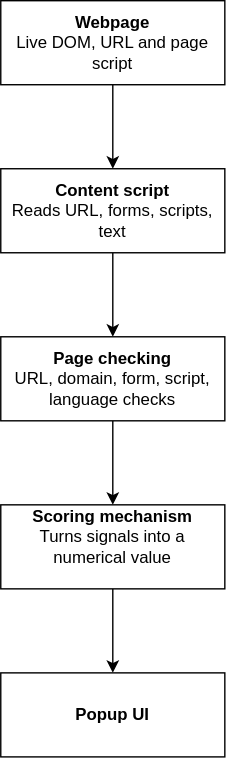
Before: System Diagram.drawio.svg, a diagram exported from draw.io (ryantk27/fallproject). Source tidied: cells renumbered, new cells last; positions are measured from the earlier drawing's top-left corner, leaving out a move shared by most shapes.
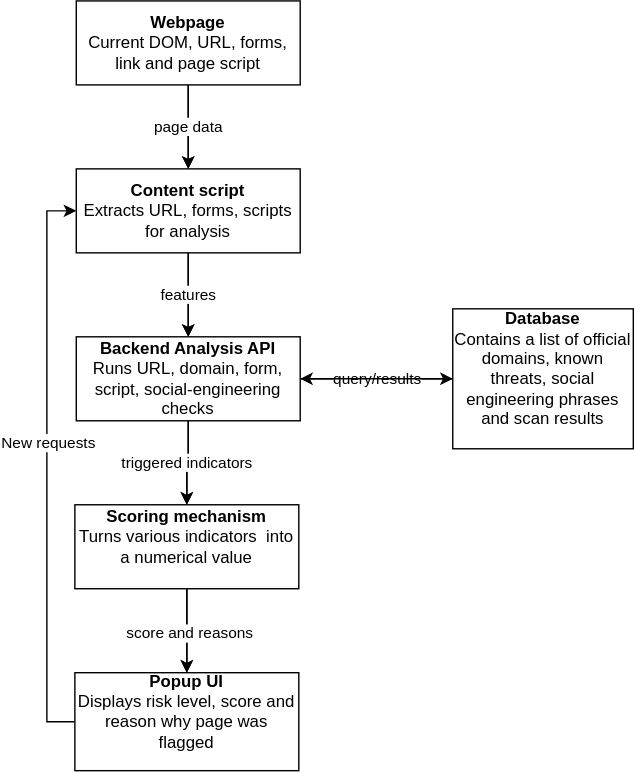
After the commit.

The edit, as a diff of the source:
```diff
@@ -5,29 +5,59 @@
     <mxCell id="2" style="edgeStyle=orthogonalEdgeStyle;rounded=0;jettySize=auto;html=1;strokeColor=light-dark(#000000,#000000);" parent="1" edge="1" source="3" target="5">
       <mxGeometry relative="1" as="geometry" />
     </mxCell>
+    <mxCell id="11" value="page data" style="edgeStyle=orthogonalEdgeStyle;rounded=0;jettySize=auto;html=1;exitX=0.5;exitY=1;exitDx=0;exitDy=0;entryX=0.5;entryY=0;entryDx=0;entryDy=0;" parent="1" edge="1" source="3" target="5">
+      <mxGeometry relative="1" as="geometry" />
+    </mxCell>
-    <mxCell id="3" value="&lt;b&gt;Webpage&lt;/b&gt;&lt;div&gt;Live DOM, URL and page script&lt;/div&gt;" style="rounded=0;whiteSpace=wrap;html=1;" parent="1" vertex="1">
+    <mxCell id="3" value="&lt;b&gt;Webpage&lt;/b&gt;&lt;div&gt;Current DOM, URL, forms, link and page script&lt;/div&gt;" style="rounded=0;whiteSpace=wrap;html=1;" parent="1" vertex="1">
       <mxGeometry width="160" height="60" as="geometry" />
     </mxCell>
     <mxCell id="4" style="edgeStyle=orthogonalEdgeStyle;rounded=0;jettySize=auto;html=1;strokeColor=light-dark(#000000,#000000);" parent="1" edge="1" source="5" target="7">
       <mxGeometry relative="1" as="geometry" />
     </mxCell>
+    <mxCell id="12" value="features" style="edgeStyle=orthogonalEdgeStyle;rounded=0;jettySize=auto;html=1;entryX=0.5;entryY=0;entryDx=0;entryDy=0;" parent="1" edge="1" source="5" target="7">
+      <mxGeometry relative="1" as="geometry" />
+    </mxCell>
-    <mxCell id="5" value="&lt;b&gt;Content script&lt;/b&gt;&lt;div&gt;Reads URL, forms, scripts, text&lt;/div&gt;" style="rounded=0;whiteSpace=wrap;html=1;" parent="1" vertex="1">
+    <mxCell id="5" value="&lt;b&gt;Content script&lt;/b&gt;&lt;div&gt;Extracts URL, forms, scripts for analysis&lt;/div&gt;" style="rounded=0;whiteSpace=wrap;html=1;" parent="1" vertex="1">
       <mxGeometry y="120" width="160" height="60" as="geometry" />
     </mxCell>
     <mxCell id="6" style="edgeStyle=orthogonalEdgeStyle;rounded=0;jettySize=auto;html=1;strokeColor=light-dark(#000000,#000000);" parent="1" edge="1" source="7" target="9">
       <mxGeometry relative="1" as="geometry" />
     </mxCell>
+    <mxCell id="13" value="triggered indicators" style="edgeStyle=orthogonalEdgeStyle;rounded=0;jettySize=auto;html=1;entryX=0.5;entryY=0;entryDx=0;entryDy=0;" parent="1" edge="1" source="7" target="9">
+      <mxGeometry relative="1" as="geometry" />
+    </mxCell>
+    <mxCell id="14" value="query/results" style="edgeStyle=orthogonalEdgeStyle;rounded=0;jettySize=auto;html=1;exitX=1;exitY=0.5;exitDx=0;exitDy=0;entryX=0;entryY=0.5;entryDx=0;entryDy=0;" parent="1" edge="1" source="7" target="20">
+      <mxGeometry x="0.01" relative="1" as="geometry" />
+    </mxCell>
-    <mxCell id="7" value="&lt;b&gt;Page checking&lt;/b&gt;&lt;div&gt;URL, domain, form, script, language checks&lt;/div&gt;" style="rounded=0;whiteSpace=wrap;html=1;" parent="1" vertex="1">
+    <mxCell id="7" value="&lt;div&gt;&lt;b&gt;Backend Analysis API&lt;/b&gt;&lt;/div&gt;&lt;div&gt;Runs URL, domain, form, script, social-engineering checks&lt;/div&gt;" style="rounded=0;whiteSpace=wrap;html=1;" parent="1" vertex="1">
       <mxGeometry y="240" width="160" height="60" as="geometry" />
     </mxCell>
     <mxCell id="8" style="edgeStyle=orthogonalEdgeStyle;rounded=0;jettySize=auto;html=1;strokeColor=light-dark(#000000,#000000);" parent="1" edge="1" source="9" target="10">
       <mxGeometry relative="1" as="geometry" />
     </mxCell>
+    <mxCell id="15" style="edgeStyle=orthogonalEdgeStyle;rounded=0;jettySize=auto;html=1;entryX=0.5;entryY=0;entryDx=0;entryDy=0;" parent="1" edge="1" source="9" target="10">
+      <mxGeometry relative="1" as="geometry" />
+    </mxCell>
+    <mxCell id="16" value="score and reasons" style="edgeLabel;html=1;align=center;verticalAlign=middle;" parent="15" vertex="1">
+      <mxGeometry x="0.03" y="1" relative="1" as="geometry" />
+    </mxCell>
-    <mxCell id="9" value="&lt;b&gt;Scoring mechanism&lt;/b&gt;&lt;div&gt;Turns signals into a numerical value&lt;/div&gt;&lt;div&gt;&lt;br&gt;&lt;/div&gt;" style="rounded=0;whiteSpace=wrap;html=1;" parent="1" vertex="1">
-      <mxGeometry y="360" width="160" height="60" as="geometry" />
+    <mxCell id="9" value="&lt;b&gt;Scoring mechanism&lt;/b&gt;&lt;div&gt;Turns various indicators &amp;nbsp;into a numerical value&lt;/div&gt;&lt;div&gt;&lt;br&gt;&lt;/div&gt;" style="rounded=0;whiteSpace=wrap;html=1;" parent="1" vertex="1">
+      <mxGeometry x="-1" y="360" width="160" height="60" as="geometry" />
     </mxCell>
+    <mxCell id="17" style="edgeStyle=orthogonalEdgeStyle;rounded=0;jettySize=auto;html=1;exitX=0;exitY=0.5;exitDx=0;exitDy=0;entryX=0;entryY=0.5;entryDx=0;entryDy=0;" parent="1" edge="1" source="10" target="5">
+      <mxGeometry relative="1" as="geometry" />
+    </mxCell>
+    <mxCell id="18" value="New requests" style="edgeLabel;html=1;align=center;verticalAlign=middle;" parent="17" vertex="1">
+      <mxGeometry x="0.08" relative="1" as="geometry" />
+    </mxCell>
-    <mxCell id="10" value="&lt;b&gt;Popup UI&lt;/b&gt;" style="rounded=0;whiteSpace=wrap;html=1;" parent="1" vertex="1">
-      <mxGeometry y="480" width="160" height="60" as="geometry" />
+    <mxCell id="10" value="&lt;b&gt;Popup UI&lt;/b&gt;&lt;div&gt;Displays risk level, score and reason why page was flagged&lt;/div&gt;&lt;div&gt;&lt;b&gt;&lt;br&gt;&lt;/b&gt;&lt;/div&gt;" style="rounded=0;whiteSpace=wrap;html=1;" parent="1" vertex="1">
+      <mxGeometry x="-1" y="480" width="160" height="70" as="geometry" />
     </mxCell>
+    <mxCell id="19" style="edgeStyle=orthogonalEdgeStyle;rounded=0;jettySize=auto;html=1;" parent="1" edge="1" source="20" target="7">
+      <mxGeometry relative="1" as="geometry" />
+    </mxCell>
+    <mxCell id="20" value="&lt;b&gt;Database&lt;/b&gt;&lt;div&gt;Contains a list of official domains, known threats, social engineering phrases and scan results&lt;/div&gt;&lt;div&gt;&lt;br&gt;&lt;/div&gt;" style="whiteSpace=wrap;html=1;rounded=0;" parent="1" vertex="1">
+      <mxGeometry x="269" y="220" width="129" height="100" as="geometry" />
+    </mxCell>
   </root>
 </mxGraphModel>
```
